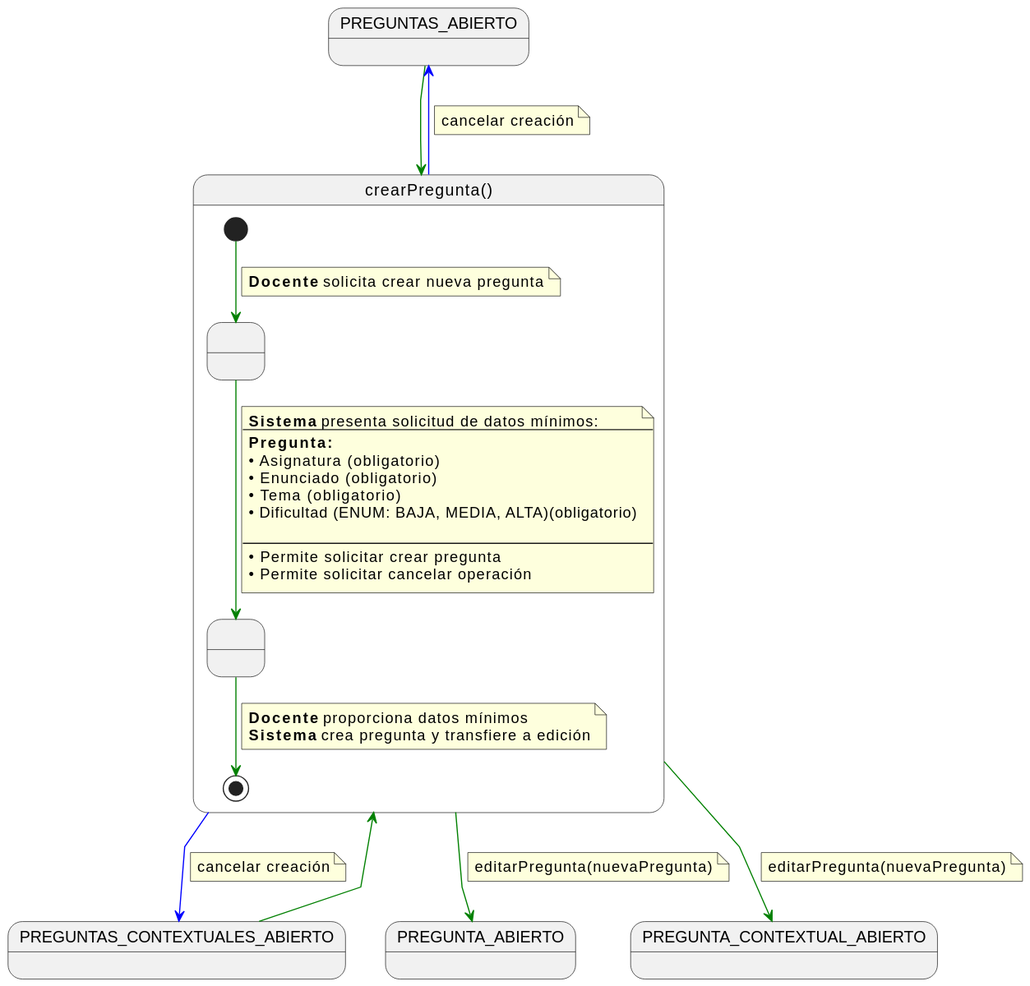
martinlopez7/25-26-IdSw1-SdR keeps this PlantUML diagram as documents/casos-de-uso/detalladoCasosDeUso/crearPregunta/crearPregunta.svg. Above is the earlier version.
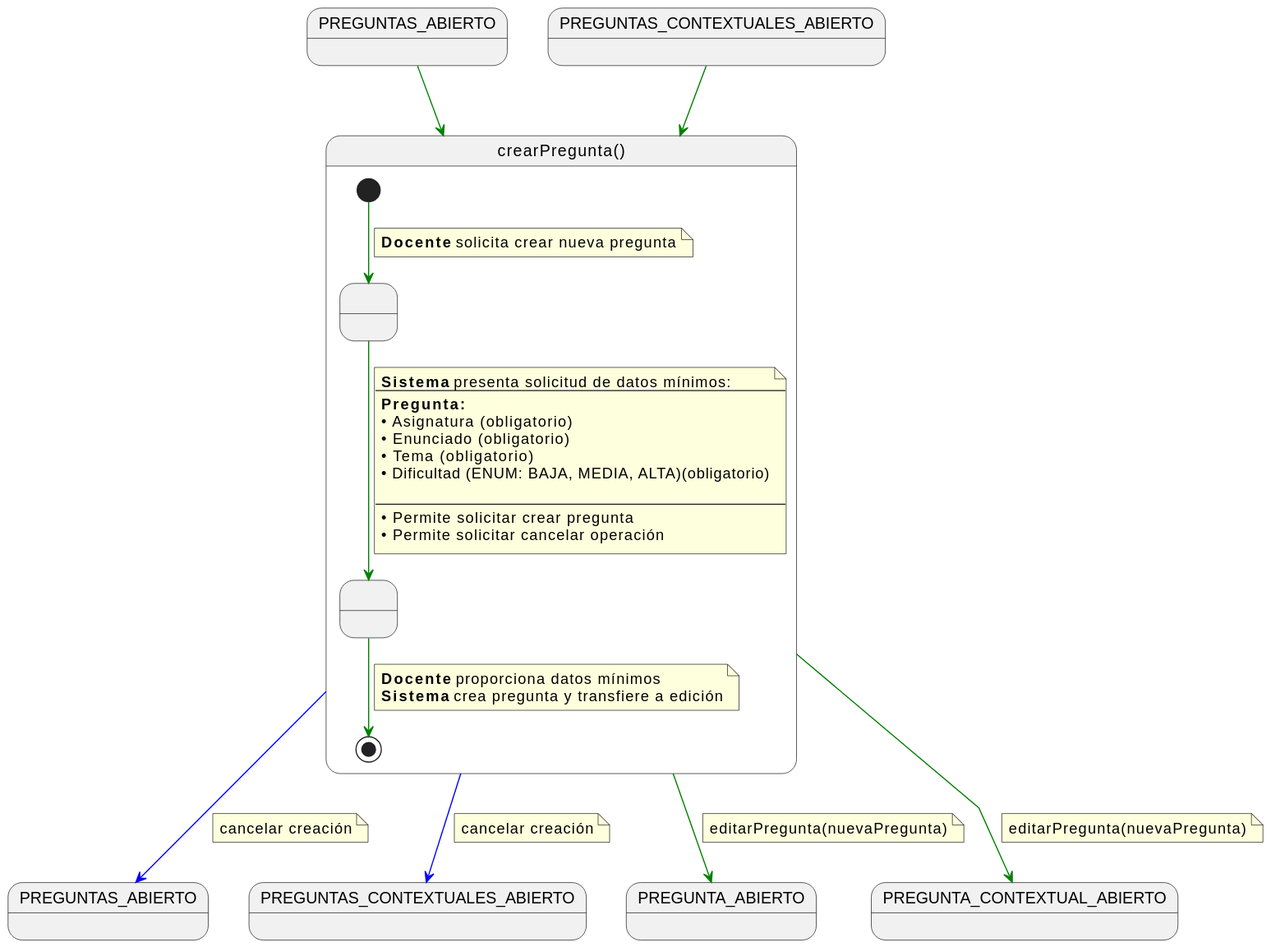
After the change.

Diff of the diagram source:
```diff
@@ -4,6 +4,8 @@
 
 state PREGUNTAS_ABIERTO
 state PREGUNTAS_CONTEXTUALES_ABIERTO
+state PREGUNTAS_ABIERTO2 as "PREGUNTAS_ABIERTO"
+state PREGUNTAS_CONTEXTUALES_ABIERTO2 as "PREGUNTAS_CONTEXTUALES_ABIERTO"
 state PREGUNTA_ABIERTO
 state PREGUNTA_CONTEXTUAL_ABIERTO
 
@@ -55,12 +57,12 @@
 editarPregunta(nuevaPregunta)
 end note
 
-crearPregunta -[#blue]-> PREGUNTAS_ABIERTO
+crearPregunta -[#blue]-> PREGUNTAS_ABIERTO2
 note on link
 cancelar creación
 end note
 
-crearPregunta -[#blue]-> PREGUNTAS_CONTEXTUALES_ABIERTO
+crearPregunta -[#blue]-> PREGUNTAS_CONTEXTUALES_ABIERTO2
 note on link
 cancelar creación
 end note
```
